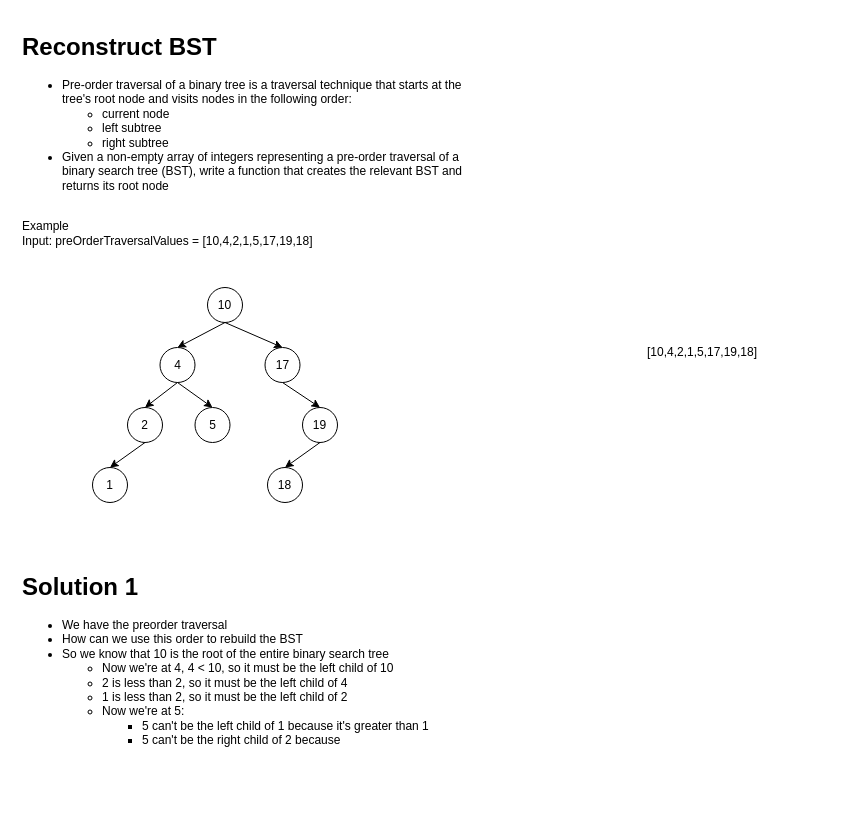
Earlier version of the draw.io diagram src/reconstruct-bst.drawio (aj03794/leetcode-problems). Source tidied: cells renumbered, new cells numbered last; positions are measured from the earlier drawing's top-left corner, leaving out a move shared by most shapes. Both pictures are drawn from the tidied source at 100%, with x=0, y=0 at pixel (17, 27).
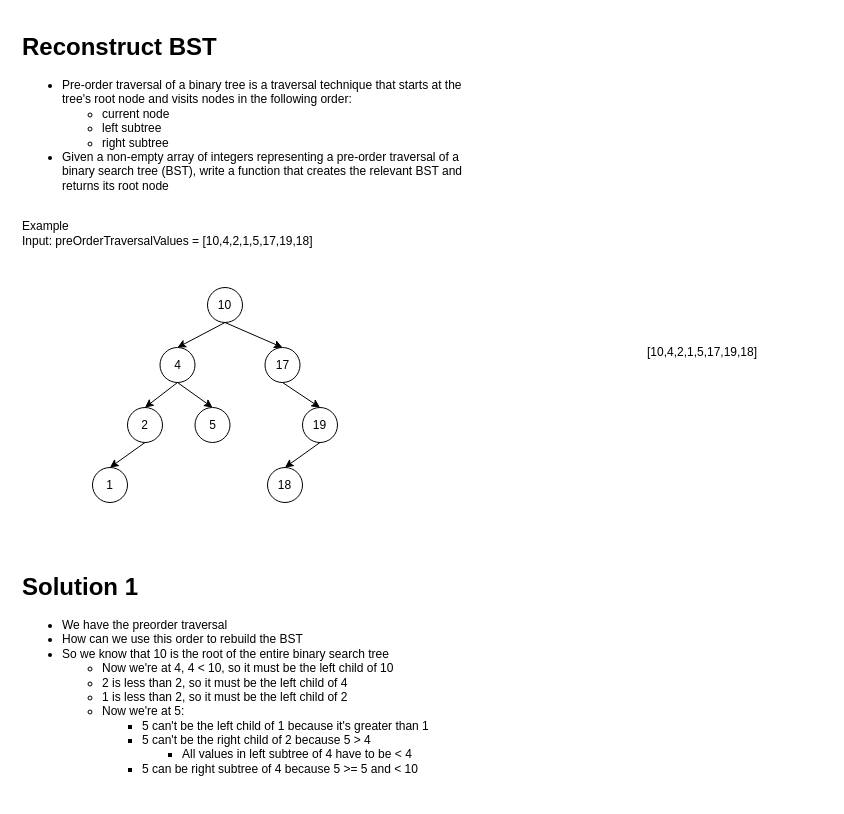
The same diagram, later.

Diff of the diagram source:
```diff
@@
 <mxGraphModel>
   <root>
     <mxCell id="0" />
     <mxCell id="1" parent="0" />
     <mxCell id="2" value="&lt;h1&gt;Reconstruct BST&lt;/h1&gt;&lt;p&gt;&lt;/p&gt;&lt;ul&gt;&lt;li&gt;Pre-order traversal of a binary tree is a traversal technique that starts at the tree's root node and visits nodes in the following order:&lt;/li&gt;&lt;ul&gt;&lt;li&gt;current node&lt;/li&gt;&lt;li&gt;left subtree&lt;/li&gt;&lt;li&gt;right subtree&lt;/li&gt;&lt;/ul&gt;&lt;li&gt;Given a non-empty array of integers representing a pre-order traversal of a binary search tree (BST), write a function that creates the relevant BST and returns its root node&lt;/li&gt;&lt;/ul&gt;&lt;div&gt;&lt;br&gt;&lt;/div&gt;&lt;div&gt;Example&lt;/div&gt;&lt;div&gt;Input: preOrderTraversalValues = [10,4,2,1,5,17,19,18]&lt;/div&gt;&lt;p&gt;&lt;/p&gt;" style="text;html=1;strokeColor=none;fillColor=none;spacing=5;spacingTop=-20;whiteSpace=wrap;overflow=hidden;rounded=0;" parent="1" vertex="1">
       <mxGeometry width="460" height="240" as="geometry" />
     </mxCell>
     <mxCell id="3" value="10" style="ellipse;whiteSpace=wrap;html=1;" parent="1" vertex="1">
       <mxGeometry x="190" y="260" width="35" height="35" as="geometry" />
     </mxCell>
     <mxCell id="4" value="4" style="ellipse;whiteSpace=wrap;html=1;" parent="1" vertex="1">
       <mxGeometry x="142.5" y="320" width="35" height="35" as="geometry" />
     </mxCell>
     <mxCell id="5" value="5" style="ellipse;whiteSpace=wrap;html=1;" parent="1" vertex="1">
       <mxGeometry x="177.5" y="380" width="35" height="35" as="geometry" />
     </mxCell>
     <mxCell id="6" value="2" style="ellipse;whiteSpace=wrap;html=1;" parent="1" vertex="1">
       <mxGeometry x="110" y="380" width="35" height="35" as="geometry" />
     </mxCell>
     <mxCell id="7" value="1" style="ellipse;whiteSpace=wrap;html=1;" parent="1" vertex="1">
       <mxGeometry x="75" y="440" width="35" height="35" as="geometry" />
     </mxCell>
     <mxCell id="8" value="17" style="ellipse;whiteSpace=wrap;html=1;" parent="1" vertex="1">
       <mxGeometry x="247.5" y="320" width="35" height="35" as="geometry" />
     </mxCell>
     <mxCell id="9" value="19" style="ellipse;whiteSpace=wrap;html=1;" parent="1" vertex="1">
       <mxGeometry x="285" y="380" width="35" height="35" as="geometry" />
     </mxCell>
     <mxCell id="10" value="18" style="ellipse;whiteSpace=wrap;html=1;" parent="1" vertex="1">
       <mxGeometry x="250" y="440" width="35" height="35" as="geometry" />
     </mxCell>
     <mxCell id="11" style="endArrow=classic;html=1;rounded=0;exitX=0.5;exitY=1;exitDx=0;exitDy=0;entryX=0.5;entryY=0;entryDx=0;entryDy=0;" parent="1" edge="1" source="3" target="4">
       <mxGeometry relative="1" as="geometry" />
     </mxCell>
     <mxCell id="12" style="endArrow=classic;html=1;rounded=0;entryX=0.5;entryY=0;entryDx=0;entryDy=0;exitX=0.5;exitY=1;exitDx=0;exitDy=0;" parent="1" edge="1" source="3" target="8">
       <mxGeometry relative="1" as="geometry" />
     </mxCell>
     <mxCell id="13" style="endArrow=classic;html=1;rounded=0;exitX=0.5;exitY=1;exitDx=0;exitDy=0;entryX=0.5;entryY=0;entryDx=0;entryDy=0;" parent="1" edge="1" source="4" target="6">
       <mxGeometry relative="1" as="geometry" />
     </mxCell>
     <mxCell id="14" style="endArrow=classic;html=1;rounded=0;exitX=0.5;exitY=1;exitDx=0;exitDy=0;entryX=0.5;entryY=0;entryDx=0;entryDy=0;" parent="1" edge="1" source="4" target="5">
       <mxGeometry relative="1" as="geometry" />
     </mxCell>
     <mxCell id="15" style="endArrow=classic;html=1;rounded=0;exitX=0.5;exitY=1;exitDx=0;exitDy=0;entryX=0.5;entryY=0;entryDx=0;entryDy=0;" parent="1" edge="1" source="6" target="7">
       <mxGeometry relative="1" as="geometry" />
     </mxCell>
     <mxCell id="16" style="endArrow=classic;html=1;rounded=0;entryX=0.5;entryY=0;entryDx=0;entryDy=0;exitX=0.5;exitY=1;exitDx=0;exitDy=0;" parent="1" edge="1" source="8" target="9">
       <mxGeometry relative="1" as="geometry" />
     </mxCell>
     <mxCell id="17" style="endArrow=classic;html=1;rounded=0;exitX=0.5;exitY=1;exitDx=0;exitDy=0;entryX=0.5;entryY=0;entryDx=0;entryDy=0;" parent="1" edge="1" source="9" target="10">
       <mxGeometry relative="1" as="geometry" />
     </mxCell>
-    <mxCell id="18" value="&lt;h1&gt;Solution 1&lt;/h1&gt;&lt;p&gt;&lt;/p&gt;&lt;ul&gt;&lt;li&gt;We have the preorder traversal&lt;/li&gt;&lt;li&gt;How can we use this order to rebuild the BST&lt;/li&gt;&lt;li&gt;So we know that 10 is the root of the entire binary search tree&lt;/li&gt;&lt;ul&gt;&lt;li&gt;Now we're at 4, 4 &amp;lt; 10, so it must be the left child of 10&lt;/li&gt;&lt;li&gt;2 is less than 2, so it must be the left child of 4&lt;/li&gt;&lt;li&gt;1 is less than 2, so it must be the left child of 2&lt;/li&gt;&lt;li&gt;Now we're at 5:&lt;/li&gt;&lt;ul&gt;&lt;li&gt;5 can't be the left child of 1 because it's greater than 1&lt;/li&gt;&lt;li&gt;5 can't be the right child of 2 because&amp;nbsp;&lt;/li&gt;&lt;/ul&gt;&lt;/ul&gt;&lt;/ul&gt;&lt;p&gt;&lt;/p&gt;" style="text;html=1;strokeColor=none;fillColor=none;spacing=5;spacingTop=-20;whiteSpace=wrap;overflow=hidden;rounded=0;" parent="1" vertex="1">
-      <mxGeometry y="540" width="430" height="200" as="geometry" />
+    <mxCell id="18" value="&lt;h1&gt;Solution 1&lt;/h1&gt;&lt;p&gt;&lt;/p&gt;&lt;ul&gt;&lt;li&gt;We have the preorder traversal&lt;/li&gt;&lt;li&gt;How can we use this order to rebuild the BST&lt;/li&gt;&lt;li&gt;So we know that 10 is the root of the entire binary search tree&lt;/li&gt;&lt;ul&gt;&lt;li&gt;Now we're at 4, 4 &amp;lt; 10, so it must be the left child of 10&lt;/li&gt;&lt;li&gt;2 is less than 2, so it must be the left child of 4&lt;/li&gt;&lt;li&gt;1 is less than 2, so it must be the left child of 2&lt;/li&gt;&lt;li&gt;Now we're at 5:&lt;/li&gt;&lt;ul&gt;&lt;li&gt;5 can't be the left child of 1 because it's greater than 1&lt;/li&gt;&lt;li&gt;5 can't be the right child of 2 because 5 &amp;gt; 4&lt;/li&gt;&lt;ul&gt;&lt;li&gt;All values in left subtree of 4 have to be &amp;lt; 4&lt;/li&gt;&lt;/ul&gt;&lt;li&gt;5 can be right subtree of 4 because 5 &amp;gt;= 5 and &amp;lt; 10&lt;/li&gt;&lt;/ul&gt;&lt;/ul&gt;&lt;/ul&gt;&lt;p&gt;&lt;/p&gt;" style="text;html=1;strokeColor=none;fillColor=none;spacing=5;spacingTop=-20;whiteSpace=wrap;overflow=hidden;rounded=0;" parent="1" vertex="1">
+      <mxGeometry y="540" width="430" height="230" as="geometry" />
     </mxCell>
     <mxCell id="19" value="[10,4,2,1,5,17,19,18]" style="text;html=1;strokeColor=none;fillColor=none;align=center;verticalAlign=middle;whiteSpace=wrap;rounded=0;" parent="1" vertex="1">
       <mxGeometry x="560" y="310" width="250" height="30" as="geometry" />
     </mxCell>
   </root>
 </mxGraphModel>
```
